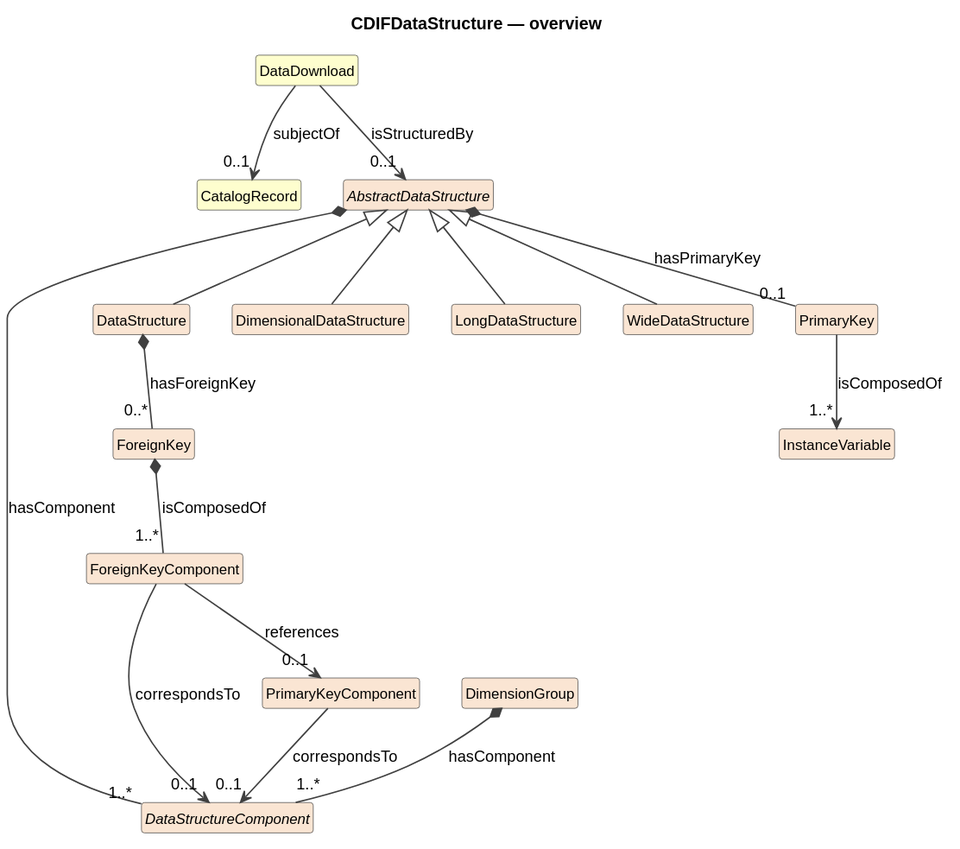
This is cdif-uml-model/_plantuml/cdifDataStructure/index.svg from Cross-Domain-Interoperability-Framework/metadataBuildingBlocks, a PlantUML export, as it was before one commit.
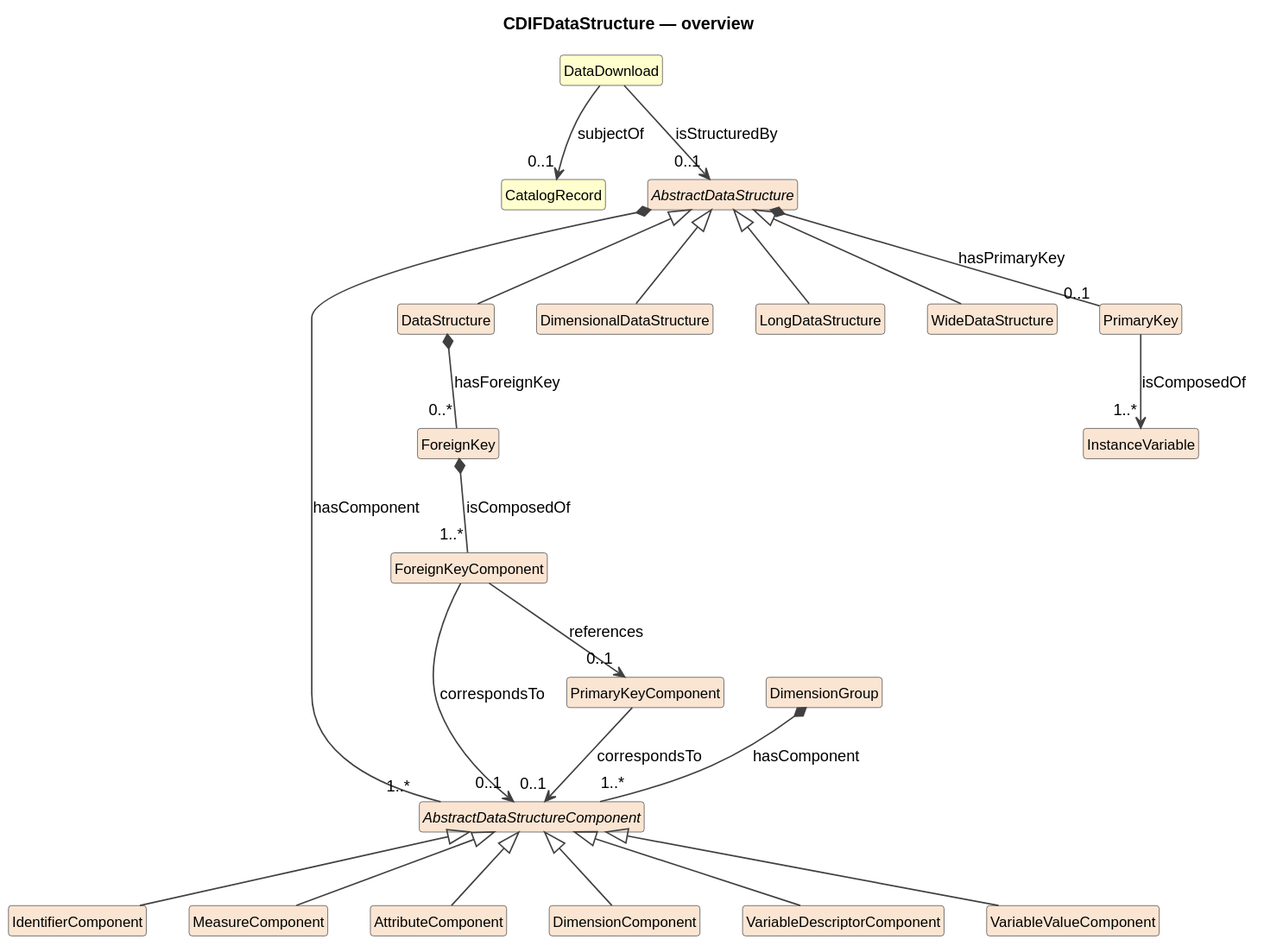
Later version of the same file.

The edit, as a diff of the source:
```diff
@@ -12,7 +12,13 @@
 
 class "DataDownload" as DataDownload #FEFECE
 class "CatalogRecord" as CatalogRecord #FEFECE
-abstract class "DataStructureComponent" as DataStructureComponent #FAE5D3
+abstract class "AbstractDataStructureComponent" as AbstractDataStructureComponent #FAE5D3
+class "IdentifierComponent" as IdentifierComponent #FAE5D3
+class "MeasureComponent" as MeasureComponent #FAE5D3
+class "AttributeComponent" as AttributeComponent #FAE5D3
+class "DimensionComponent" as DimensionComponent #FAE5D3
+class "VariableDescriptorComponent" as VariableDescriptorComponent #FAE5D3
+class "VariableValueComponent" as VariableValueComponent #FAE5D3
 class "InstanceVariable" as InstanceVariable #FAE5D3
 abstract class "AbstractDataStructure" as AbstractDataStructure #FAE5D3
 class "DataStructure" as DataStructure #FAE5D3
@@ -24,19 +30,25 @@
 class "PrimaryKeyComponent" as PrimaryKeyComponent #FAE5D3
 class "ForeignKey" as ForeignKey #FAE5D3
 class "ForeignKeyComponent" as ForeignKeyComponent #FAE5D3
+AbstractDataStructureComponent <|-- IdentifierComponent
+AbstractDataStructureComponent <|-- MeasureComponent
+AbstractDataStructureComponent <|-- AttributeComponent
+AbstractDataStructureComponent <|-- DimensionComponent
+AbstractDataStructureComponent <|-- VariableDescriptorComponent
+AbstractDataStructureComponent <|-- VariableValueComponent
 AbstractDataStructure <|-- DataStructure
 AbstractDataStructure <|-- DimensionalDataStructure
 AbstractDataStructure <|-- LongDataStructure
 AbstractDataStructure <|-- WideDataStructure
 DataDownload --> "0..1" CatalogRecord : subjectOf
 DataDownload --> "0..1" AbstractDataStructure : isStructuredBy
-AbstractDataStructure *-- "1..*" DataStructureComponent : hasComponent
+AbstractDataStructure *-- "1..*" AbstractDataStructureComponent : hasComponent
 AbstractDataStructure *-- "0..1" PrimaryKey : hasPrimaryKey
 DataStructure *-- "0..*" ForeignKey : hasForeignKey
-DimensionGroup *-- "1..*" DataStructureComponent : hasComponent
+DimensionGroup *-- "1..*" AbstractDataStructureComponent : hasComponent
 PrimaryKey --> "1..*" InstanceVariable : isComposedOf
-PrimaryKeyComponent --> "0..1" DataStructureComponent : correspondsTo
+PrimaryKeyComponent --> "0..1" AbstractDataStructureComponent : correspondsTo
 ForeignKey *-- "1..*" ForeignKeyComponent : isComposedOf
 ForeignKeyComponent --> "0..1" PrimaryKeyComponent : references
-ForeignKeyComponent --> "0..1" DataStructureComponent : correspondsTo
+ForeignKeyComponent --> "0..1" AbstractDataStructureComponent : correspondsTo
 @enduml
```
